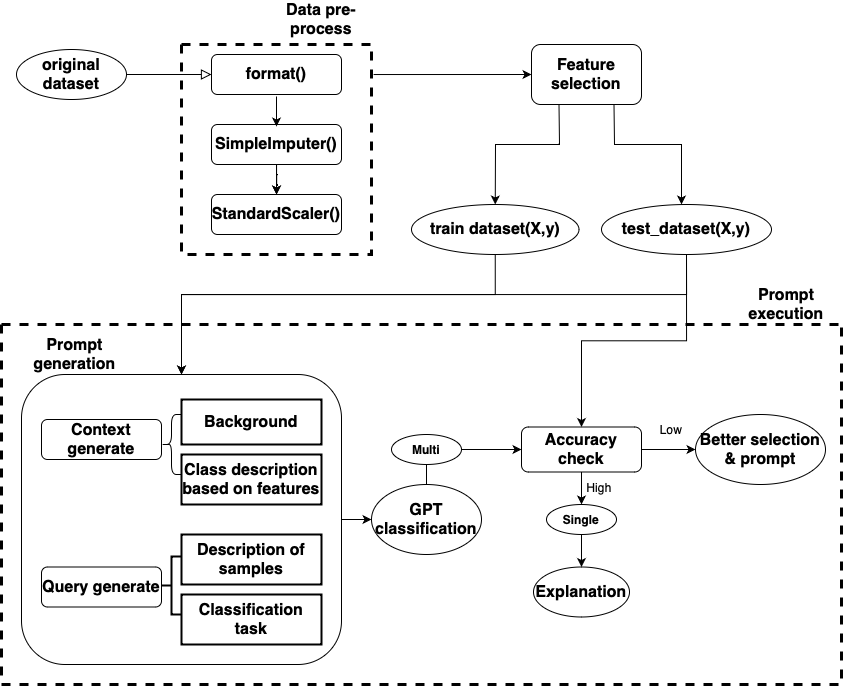
Before: misc/pipeline/pipeline1017.png, a diagram exported from draw.io (lab992/Generate_explanations_for_classification_by_ChatGPT). Source tidied: cells renumbered, new cells last; positions are measured from the earlier drawing's top-left corner, leaving out a move shared by most shapes.
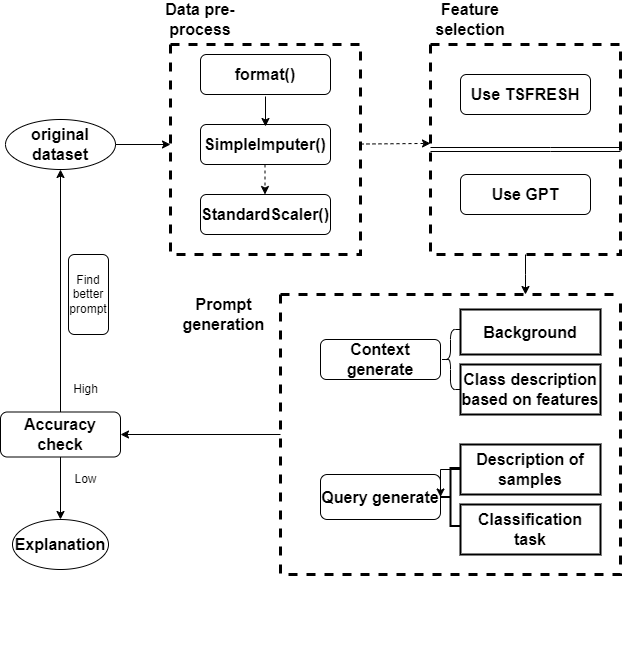
Above is the later version.

What changed in the source:
```diff
@@ -2,168 +2,136 @@
   <root>
     <mxCell id="0" />
     <mxCell id="1" parent="0" />
-    <mxCell id="2" style="rounded=0;html=1;jettySize=auto;fontSize=16;endArrow=block;endFill=0;endSize=8;strokeWidth=1;shadow=0;labelBackgroundColor=none;edgeStyle=orthogonalEdgeStyle;exitX=1;exitY=0.5;exitDx=0;exitDy=0;entryX=0;entryY=0.5;entryDx=0;entryDy=0;fontStyle=1;" parent="1" edge="1" source="36" target="8">
-      <mxGeometry relative="1" as="geometry" />
-    </mxCell>
-    <mxCell id="3" style="edgeStyle=orthogonalEdgeStyle;rounded=0;jettySize=auto;html=1;fontSize=16;fontStyle=1;" parent="1" edge="1" source="4" target="5">
-      <mxGeometry relative="1" as="geometry" />
-    </mxCell>
     <mxCell id="4" value="SimpleImputer()" style="rounded=1;whiteSpace=wrap;html=1;fontSize=16;glass=0;strokeWidth=1;shadow=0;fontStyle=1;" parent="1" vertex="1">
       <mxGeometry x="210" y="120" width="130" height="40" as="geometry" />
     </mxCell>
     <mxCell id="5" value="StandardScaler()" style="rounded=1;whiteSpace=wrap;html=1;fontSize=16;glass=0;strokeWidth=1;shadow=0;fontStyle=1;" parent="1" vertex="1">
       <mxGeometry x="210" y="190" width="130" height="40" as="geometry" />
     </mxCell>
-    <mxCell id="6" style="endArrow=classic;html=1;rounded=0;exitX=0.5;exitY=1;exitDx=0;exitDy=0;entryX=0.5;entryY=0;entryDx=0;entryDy=0;fontSize=16;fontStyle=1;" parent="1" edge="1" source="4" target="5">
-      <mxGeometry relative="1" as="geometry" />
-    </mxCell>
     <mxCell id="7" style="swimlane;startSize=0;dashed=1;strokeWidth=3;fontSize=16;fontStyle=1;" parent="1" vertex="1">
       <mxGeometry x="180" y="40" width="190" height="210" as="geometry" />
     </mxCell>
     <mxCell id="8" value="format()" style="rounded=1;whiteSpace=wrap;html=1;fontSize=16;glass=0;strokeWidth=1;shadow=0;fontStyle=1;" parent="7" vertex="1">
       <mxGeometry x="30" y="10" width="130" height="40" as="geometry" />
     </mxCell>
+    <mxCell id="6" style="endArrow=classic;html=1;rounded=0;exitX=0.5;exitY=1;exitDx=0;exitDy=0;entryX=0.5;entryY=0;entryDx=0;entryDy=0;fontSize=16;fontStyle=1;dashed=1;" parent="7" edge="1">
+      <mxGeometry relative="1" as="geometry">
+        <mxPoint x="94.5" y="120" as="sourcePoint" />
+        <mxPoint x="94.5" y="150" as="targetPoint" />
+      </mxGeometry>
+    </mxCell>
     <mxCell id="9" value="Data pre-process" style="text;html=1;strokeColor=none;fillColor=none;align=center;verticalAlign=middle;whiteSpace=wrap;rounded=0;fontSize=16;fontStyle=1;" parent="1" vertex="1">
-      <mxGeometry x="260" width="120" height="30" as="geometry" />
+      <mxGeometry x="150" width="120" height="30" as="geometry" />
     </mxCell>
-    <mxCell id="10" style="swimlane;startSize=0;dashed=1;strokeWidth=3;fontSize=16;fontStyle=1;" parent="1" vertex="1">
-      <mxGeometry y="320" width="840" height="360" as="geometry" />
-    </mxCell>
-    <mxCell id="11" style="rounded=1;whiteSpace=wrap;html=1;fontSize=16;fontStyle=1;" parent="10" vertex="1">
-      <mxGeometry x="20" y="50" width="320" height="290" as="geometry" />
-    </mxCell>
-    <mxCell id="12" value="Prompt generation" style="text;html=1;strokeColor=none;fillColor=none;align=center;verticalAlign=middle;whiteSpace=wrap;rounded=0;fontSize=16;fontStyle=1;" parent="10" vertex="1">
-      <mxGeometry x="10" y="10" width="127" height="40" as="geometry" />
-    </mxCell>
-    <mxCell id="13" value="Context generate" style="rounded=1;whiteSpace=wrap;html=1;fontSize=16;glass=0;strokeWidth=1;shadow=0;fontStyle=1;" parent="10" vertex="1">
-      <mxGeometry x="40" y="95" width="120" height="40" as="geometry" />
-    </mxCell>
-    <mxCell id="14" value="Query generate" style="rounded=1;whiteSpace=wrap;html=1;fontSize=16;glass=0;strokeWidth=1;shadow=0;fontStyle=1;" parent="10" vertex="1">
-      <mxGeometry x="40" y="242.5" width="120" height="40" as="geometry" />
-    </mxCell>
-    <mxCell id="15" value="Background" style="whiteSpace=wrap;html=1;align=center;strokeWidth=2;fontSize=16;fontStyle=1;" parent="10" vertex="1">
-      <mxGeometry x="180" y="75" width="140" height="45" as="geometry" />
-    </mxCell>
-    <mxCell id="16" value="Class description based on features" style="whiteSpace=wrap;html=1;align=center;strokeWidth=2;fontSize=16;fontStyle=1;" parent="10" vertex="1">
-      <mxGeometry x="180" y="130" width="140" height="50" as="geometry" />
-    </mxCell>
-    <mxCell id="17" value="Description of samples" style="whiteSpace=wrap;html=1;align=center;strokeWidth=2;fontSize=16;fontStyle=1;" parent="10" vertex="1">
-      <mxGeometry x="180" y="210" width="140" height="50" as="geometry" />
-    </mxCell>
-    <mxCell id="18" style="shape=curlyBracket;whiteSpace=wrap;html=1;rounded=1;labelPosition=left;verticalLabelPosition=middle;align=right;verticalAlign=middle;fontSize=16;fontStyle=1;" parent="10" vertex="1">
-      <mxGeometry x="160" y="90" width="20" height="60" as="geometry" />
-    </mxCell>
-    <mxCell id="19" style="strokeWidth=2;html=1;shape=mxgraph.flowchart.annotation_2;align=left;labelPosition=right;fontSize=16;fontStyle=1;" parent="10" vertex="1">
-      <mxGeometry x="160" y="232" width="20" height="58" as="geometry" />
-    </mxCell>
-    <mxCell id="20" style="endArrow=classic;html=1;rounded=0;exitX=0.5;exitY=0;exitDx=0;exitDy=0;entryX=0;entryY=0.5;entryDx=0;entryDy=0;fontSize=16;fontStyle=1;" parent="10" edge="1" source="28" target="22">
-      <mxGeometry relative="1" as="geometry">
-        <Array as="points">
-          <mxPoint x="425" y="125" />
-        </Array>
-      </mxGeometry>
-    </mxCell>
-    <mxCell id="21" style="edgeStyle=orthogonalEdgeStyle;rounded=0;jettySize=auto;html=1;exitX=0.5;exitY=1;exitDx=0;exitDy=0;entryX=0.5;entryY=0;entryDx=0;entryDy=0;" parent="10" edge="1" source="22" target="30">
-      <mxGeometry relative="1" as="geometry" />
-    </mxCell>
-    <mxCell id="22" value="Accuracy check" style="rounded=1;whiteSpace=wrap;html=1;fontSize=16;glass=0;strokeWidth=1;shadow=0;fontStyle=1;" parent="10" vertex="1">
-      <mxGeometry x="520" y="102.5" width="120" height="45" as="geometry" />
-    </mxCell>
-    <mxCell id="23" value="Better selection &amp;amp; prompt" style="ellipse;whiteSpace=wrap;html=1;fontSize=16;fontStyle=1;" parent="10" vertex="1">
-      <mxGeometry x="694" y="90" width="130" height="70" as="geometry" />
-    </mxCell>
-    <mxCell id="24" style="endArrow=classic;html=1;rounded=0;exitX=1;exitY=0.5;exitDx=0;exitDy=0;entryX=0;entryY=0.5;entryDx=0;entryDy=0;fontSize=16;fontStyle=1;" parent="10" edge="1" source="22" target="23">
-      <mxGeometry relative="1" as="geometry" />
-    </mxCell>
-    <mxCell id="25" value="Explanation" style="ellipse;whiteSpace=wrap;html=1;fontSize=16;fontStyle=1;" parent="10" vertex="1">
-      <mxGeometry x="532" y="242.5" width="96" height="50" as="geometry" />
-    </mxCell>
-    <mxCell id="26" value="Classification task" style="whiteSpace=wrap;html=1;align=center;strokeWidth=2;fontSize=16;fontStyle=1;" parent="10" vertex="1">
-      <mxGeometry x="180" y="270" width="140" height="50" as="geometry" />
-    </mxCell>
-    <mxCell id="27" style="endArrow=classic;html=1;rounded=0;exitX=1;exitY=0.5;exitDx=0;exitDy=0;entryX=0;entryY=0.5;entryDx=0;entryDy=0;fontSize=16;fontStyle=1;" parent="10" edge="1" source="11" target="28">
-      <mxGeometry relative="1" as="geometry" />
-    </mxCell>
-    <mxCell id="28" value="GPT classification" style="ellipse;whiteSpace=wrap;html=1;fontSize=16;fontStyle=1;" parent="10" vertex="1">
-      <mxGeometry x="370" y="160" width="110" height="70" as="geometry" />
-    </mxCell>
-    <mxCell id="29" style="edgeStyle=orthogonalEdgeStyle;rounded=0;jettySize=auto;html=1;exitX=0.5;exitY=1;exitDx=0;exitDy=0;entryX=0.5;entryY=0;entryDx=0;entryDy=0;" parent="10" edge="1" source="30" target="25">
-      <mxGeometry relative="1" as="geometry" />
-    </mxCell>
-    <mxCell id="30" value="&lt;b&gt;Single&lt;/b&gt;" style="ellipse;whiteSpace=wrap;html=1;" parent="10" vertex="1">
-      <mxGeometry x="545" y="180" width="70" height="30" as="geometry" />
-    </mxCell>
-    <mxCell id="31" value="&lt;b&gt;Multi&lt;/b&gt;" style="ellipse;whiteSpace=wrap;html=1;" parent="10" vertex="1">
-      <mxGeometry x="390" y="110" width="70" height="30" as="geometry" />
-    </mxCell>
-    <mxCell id="32" value="High" style="text;html=1;strokeColor=none;fillColor=none;align=center;verticalAlign=middle;whiteSpace=wrap;rounded=0;" parent="10" vertex="1">
-      <mxGeometry x="568" y="147.5" width="60" height="30" as="geometry" />
-    </mxCell>
-    <mxCell id="33" value="Low" style="text;html=1;strokeColor=none;fillColor=none;align=center;verticalAlign=middle;whiteSpace=wrap;rounded=0;" parent="10" vertex="1">
-      <mxGeometry x="640" y="90" width="60" height="30" as="geometry" />
-    </mxCell>
     <mxCell id="34" style="edgeStyle=orthogonalEdgeStyle;rounded=0;orthogonalLoop=1;jettySize=auto;html=1;fontSize=16;fontStyle=1;" parent="1" edge="1">
       <mxGeometry relative="1" as="geometry">
         <mxPoint x="275" y="92" as="sourcePoint" />
         <mxPoint x="275" y="122" as="targetPoint" />
       </mxGeometry>
     </mxCell>
-    <mxCell id="35" style="endArrow=classic;html=1;rounded=0;exitX=1.011;exitY=0.143;exitDx=0;exitDy=0;fontSize=16;fontStyle=1;entryX=0;entryY=0.5;entryDx=0;entryDy=0;exitPerimeter=0;" parent="1" edge="1" source="7" target="43">
-      <mxGeometry relative="1" as="geometry" />
+    <mxCell id="35" style="endArrow=classic;html=1;rounded=0;exitX=1.011;exitY=0.143;exitDx=0;exitDy=0;fontSize=16;fontStyle=1;entryX=0;entryY=0.471;entryDx=0;entryDy=0;exitPerimeter=0;dashed=1;entryPerimeter=0;" parent="1" edge="1" target="48">
+      <mxGeometry relative="1" as="geometry">
+        <mxPoint x="370" y="139.5" as="sourcePoint" />
+      </mxGeometry>
     </mxCell>
     <mxCell id="36" value="original dataset" style="ellipse;whiteSpace=wrap;html=1;fontSize=16;fontStyle=1;" parent="1" vertex="1">
-      <mxGeometry x="15" y="45" width="110" height="50" as="geometry" />
+      <mxGeometry x="15" y="115" width="110" height="50" as="geometry" />
     </mxCell>
-    <mxCell id="37" style="edgeStyle=orthogonalEdgeStyle;rounded=0;jettySize=auto;html=1;exitX=0.5;exitY=1;exitDx=0;exitDy=0;entryX=0.5;entryY=0;entryDx=0;entryDy=0;" parent="1" edge="1" source="38" target="11">
-      <mxGeometry relative="1" as="geometry">
-        <Array as="points">
-          <mxPoint x="494" y="290" />
-          <mxPoint x="180" y="290" />
-        </Array>
-      </mxGeometry>
-    </mxCell>
-    <mxCell id="38" value="train dataset(X,y)" style="ellipse;whiteSpace=wrap;html=1;fontSize=16;fontStyle=1;" parent="1" vertex="1">
-      <mxGeometry x="410" y="200" width="167.5" height="50" as="geometry" />
-    </mxCell>
-    <mxCell id="39" style="endArrow=classic;html=1;rounded=0;exitX=0.75;exitY=1;exitDx=0;exitDy=0;fontSize=16;fontStyle=1;" parent="1" edge="1" source="43">
-      <mxGeometry relative="1" as="geometry">
-        <mxPoint x="680" y="200" as="targetPoint" />
-        <Array as="points">
-          <mxPoint x="613" y="140" />
-          <mxPoint x="680" y="140" />
-        </Array>
-      </mxGeometry>
-    </mxCell>
-    <mxCell id="40" style="edgeStyle=orthogonalEdgeStyle;rounded=0;jettySize=auto;html=1;exitX=0.5;exitY=1;exitDx=0;exitDy=0;entryX=0.5;entryY=0;entryDx=0;entryDy=0;" parent="1" edge="1" source="42" target="11">
-      <mxGeometry relative="1" as="geometry">
-        <Array as="points">
-          <mxPoint x="685" y="290" />
-          <mxPoint x="180" y="290" />
-        </Array>
-      </mxGeometry>
-    </mxCell>
-    <mxCell id="41" style="edgeStyle=orthogonalEdgeStyle;rounded=0;jettySize=auto;html=1;exitX=0.5;exitY=1;exitDx=0;exitDy=0;entryX=0.5;entryY=0;entryDx=0;entryDy=0;" parent="1" edge="1" source="42" target="22">
-      <mxGeometry relative="1" as="geometry" />
-    </mxCell>
-    <mxCell id="42" value="test_dataset(X,y)" style="ellipse;whiteSpace=wrap;html=1;fontSize=16;fontStyle=1;" parent="1" vertex="1">
-      <mxGeometry x="600" y="200" width="170" height="50" as="geometry" />
-    </mxCell>
-    <mxCell id="43" style="rounded=1;whiteSpace=wrap;html=1;fontSize=16;fontStyle=1;" parent="1" vertex="1">
-      <mxGeometry x="530" y="40" width="110" height="60" as="geometry" />
-    </mxCell>
-    <mxCell id="44" style="endArrow=classic;html=1;rounded=0;exitX=0.25;exitY=1;exitDx=0;exitDy=0;fontSize=16;fontStyle=1;entryX=0;entryY=0.5;entryDx=0;entryDy=0;" parent="1" edge="1" source="43" target="38">
-      <mxGeometry relative="1" as="geometry">
-        <Array as="points">
-          <mxPoint x="558" y="140" />
-          <mxPoint x="494" y="140" />
-        </Array>
-      </mxGeometry>
-    </mxCell>
     <mxCell id="45" value="Feature selection" style="text;html=1;strokeColor=none;fillColor=none;align=center;verticalAlign=middle;whiteSpace=wrap;rounded=0;fontSize=16;fontStyle=1;" parent="1" vertex="1">
-      <mxGeometry x="525" y="55" width="120" height="30" as="geometry" />
+      <mxGeometry x="420" width="120" height="30" as="geometry" />
     </mxCell>
-    <mxCell id="46" value="Prompt execution" style="text;html=1;strokeColor=none;fillColor=none;align=center;verticalAlign=middle;whiteSpace=wrap;rounded=0;fontSize=16;fontStyle=1;" parent="1" vertex="1">
-      <mxGeometry x="720" y="280" width="130" height="40" as="geometry" />
-    </mxCell>
+    <mxCell id="47" style="edgeStyle=orthogonalEdgeStyle;rounded=0;jettySize=auto;html=1;exitX=0.5;exitY=1;exitDx=0;exitDy=0;" parent="1" edge="1" source="48">
+      <mxGeometry relative="1" as="geometry">
+        <mxPoint x="535" y="290" as="targetPoint" />
+      </mxGeometry>
+    </mxCell>
+    <mxCell id="48" style="swimlane;startSize=0;dashed=1;strokeWidth=3;fontSize=16;fontStyle=1;" parent="1" vertex="1">
+      <mxGeometry x="440" y="40" width="190" height="210" as="geometry" />
+    </mxCell>
+    <mxCell id="49" value="Use TSFRESH" style="rounded=1;whiteSpace=wrap;html=1;fontSize=16;glass=0;strokeWidth=1;shadow=0;fontStyle=1;" parent="48" vertex="1">
+      <mxGeometry x="30" y="30" width="130" height="40" as="geometry" />
+    </mxCell>
+    <mxCell id="50" value="Use GPT" style="rounded=1;whiteSpace=wrap;html=1;fontSize=16;glass=0;strokeWidth=1;shadow=0;fontStyle=1;" parent="48" vertex="1">
+      <mxGeometry x="30" y="130" width="130" height="40" as="geometry" />
+    </mxCell>
+    <mxCell id="51" style="edgeStyle=orthogonalEdgeStyle;rounded=0;jettySize=auto;html=1;exitX=1;exitY=0.5;exitDx=0;exitDy=0;" parent="1" edge="1" source="36">
+      <mxGeometry relative="1" as="geometry">
+        <mxPoint x="180" y="140" as="targetPoint" />
+      </mxGeometry>
+    </mxCell>
+    <mxCell id="52" style="group;" parent="1" vertex="1">
+      <mxGeometry x="310" y="290" width="320" height="360" as="geometry" />
+    </mxCell>
+    <mxCell id="53" style="group;" parent="52" vertex="1">
+      <mxGeometry x="20" y="15" width="280" height="105" as="geometry" />
+    </mxCell>
+    <mxCell id="13" value="Context generate" style="rounded=1;whiteSpace=wrap;html=1;fontSize=16;glass=0;strokeWidth=1;shadow=0;fontStyle=1;" parent="53" vertex="1">
+      <mxGeometry y="30" width="120" height="40" as="geometry" />
+    </mxCell>
+    <mxCell id="15" value="Background" style="whiteSpace=wrap;html=1;align=center;strokeWidth=2;fontSize=16;fontStyle=1;" parent="53" vertex="1">
+      <mxGeometry x="140" width="140" height="45" as="geometry" />
+    </mxCell>
+    <mxCell id="16" value="Class description based on features" style="whiteSpace=wrap;html=1;align=center;strokeWidth=2;fontSize=16;fontStyle=1;" parent="53" vertex="1">
+      <mxGeometry x="140" y="55" width="140" height="50" as="geometry" />
+    </mxCell>
+    <mxCell id="18" style="shape=curlyBracket;whiteSpace=wrap;html=1;rounded=1;labelPosition=left;verticalLabelPosition=middle;align=right;verticalAlign=middle;fontSize=16;fontStyle=1;" parent="53" vertex="1">
+      <mxGeometry x="120" y="20" width="20" height="60" as="geometry" />
+    </mxCell>
+    <mxCell id="54" style="group;" parent="52" vertex="1">
+      <mxGeometry x="20" y="150" width="280" height="110" as="geometry" />
+    </mxCell>
+    <mxCell id="14" value="Query generate" style="rounded=1;whiteSpace=wrap;html=1;fontSize=16;glass=0;strokeWidth=1;shadow=0;fontStyle=1;" parent="54" vertex="1">
+      <mxGeometry y="30" width="120" height="45" as="geometry" />
+    </mxCell>
+    <mxCell id="55" style="edgeStyle=orthogonalEdgeStyle;rounded=0;jettySize=auto;html=1;" parent="54" edge="1" source="17" target="14">
+      <mxGeometry relative="1" as="geometry" />
+    </mxCell>
+    <mxCell id="17" value="Description of samples" style="whiteSpace=wrap;html=1;align=center;strokeWidth=2;fontSize=16;fontStyle=1;" parent="54" vertex="1">
+      <mxGeometry x="140" width="140" height="50" as="geometry" />
+    </mxCell>
+    <mxCell id="26" value="Classification task" style="whiteSpace=wrap;html=1;align=center;strokeWidth=2;fontSize=16;fontStyle=1;" parent="54" vertex="1">
+      <mxGeometry x="140" y="60" width="140" height="50" as="geometry" />
+    </mxCell>
+    <mxCell id="19" style="strokeWidth=2;html=1;shape=mxgraph.flowchart.annotation_2;align=left;labelPosition=right;fontSize=16;fontStyle=1;" parent="54" vertex="1">
+      <mxGeometry x="120" y="23.5" width="20" height="58" as="geometry" />
+    </mxCell>
+    <mxCell id="10" style="swimlane;startSize=0;dashed=1;strokeWidth=3;fontSize=16;fontStyle=1;" parent="52" vertex="1">
+      <mxGeometry x="-20" width="340" height="280" as="geometry" />
+    </mxCell>
+    <mxCell id="56" style="edgeStyle=orthogonalEdgeStyle;rounded=0;jettySize=auto;html=1;exitX=0.5;exitY=0;exitDx=0;exitDy=0;entryX=0.5;entryY=1;entryDx=0;entryDy=0;" parent="1" edge="1" source="22" target="36">
+      <mxGeometry relative="1" as="geometry" />
+    </mxCell>
+    <mxCell id="22" value="Accuracy check" style="rounded=1;whiteSpace=wrap;html=1;fontSize=16;glass=0;strokeWidth=1;shadow=0;fontStyle=1;" parent="1" vertex="1">
+      <mxGeometry x="10" y="407.5" width="120" height="45" as="geometry" />
+    </mxCell>
+    <mxCell id="25" value="Explanation" style="ellipse;whiteSpace=wrap;html=1;fontSize=16;fontStyle=1;" parent="1" vertex="1">
+      <mxGeometry x="22" y="515" width="96" height="50" as="geometry" />
+    </mxCell>
+    <mxCell id="29" style="edgeStyle=orthogonalEdgeStyle;rounded=0;jettySize=auto;html=1;exitX=0.5;exitY=1;exitDx=0;exitDy=0;entryX=0.5;entryY=0;entryDx=0;entryDy=0;" parent="1" edge="1" source="22" target="25">
+      <mxGeometry relative="1" as="geometry" />
+    </mxCell>
+    <mxCell id="12" value="Prompt generation" style="text;html=1;strokeColor=none;fillColor=none;align=center;verticalAlign=middle;whiteSpace=wrap;rounded=0;fontSize=16;fontStyle=1;" parent="1" vertex="1">
+      <mxGeometry x="170" y="290" width="127" height="40" as="geometry" />
+    </mxCell>
+    <mxCell id="57" style="edgeStyle=orthogonalEdgeStyle;rounded=0;orthogonalLoop=1;jettySize=auto;html=1;exitX=0;exitY=0.5;exitDx=0;exitDy=0;entryX=1;entryY=0.5;entryDx=0;entryDy=0;shape=link;" parent="1" edge="1" source="48" target="48">
+      <mxGeometry relative="1" as="geometry">
+        <Array as="points">
+          <mxPoint x="560" y="145" />
+          <mxPoint x="560" y="145" />
+        </Array>
+      </mxGeometry>
+    </mxCell>
+    <mxCell id="58" style="edgeStyle=orthogonalEdgeStyle;rounded=0;jettySize=auto;html=1;exitX=0;exitY=0.5;exitDx=0;exitDy=0;entryX=1;entryY=0.5;entryDx=0;entryDy=0;" parent="1" edge="1" source="10" target="22">
+      <mxGeometry relative="1" as="geometry" />
+    </mxCell>
+    <mxCell id="33" value="Low" style="text;html=1;align=center;verticalAlign=middle;strokeColor=none;fillColor=none;" parent="1" vertex="1">
+      <mxGeometry x="70" y="460" width="50" height="30" as="geometry" />
+    </mxCell>
+    <mxCell id="32" value="High" style="text;html=1;align=center;verticalAlign=middle;strokeColor=none;fillColor=none;" parent="1" vertex="1">
+      <mxGeometry x="70" y="370" width="50" height="30" as="geometry" />
+    </mxCell>
+    <mxCell id="59" value="Find better prompt" style="rounded=1;whiteSpace=wrap;html=1;" parent="1" vertex="1">
+      <mxGeometry x="78" y="250" width="40" height="80" as="geometry" />
+    </mxCell>
   </root>
 </mxGraphModel>
```
